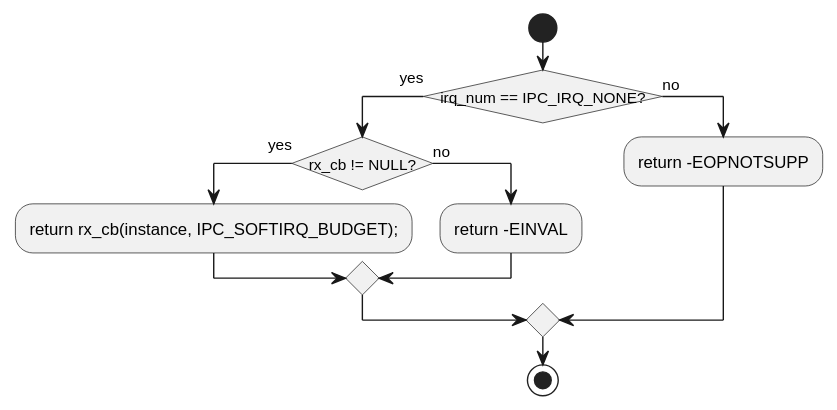
The PlantUML diagram c1_sdd_linux-ipcs/cursor_tmp/flow_svgs/linux_6_3_9_ipcsOsPollChannels.svg in Mastang1/sad_sdd_proj, before a commit.
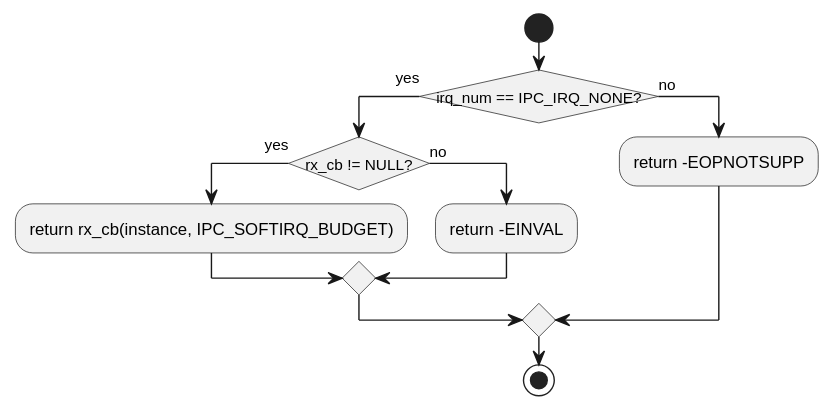
After the change.

What changed in the source:
```diff
@@ -5,7 +5,7 @@
 start
 if (irq_num == IPC_IRQ_NONE?) then (yes)
   if (rx_cb != NULL?) then (yes)
-    :return rx_cb(instance, IPC_SOFTIRQ_BUDGET);;
+    :return rx_cb(instance, IPC_SOFTIRQ_BUDGET);
   else (no)
     :return -EINVAL;
   endif
```
